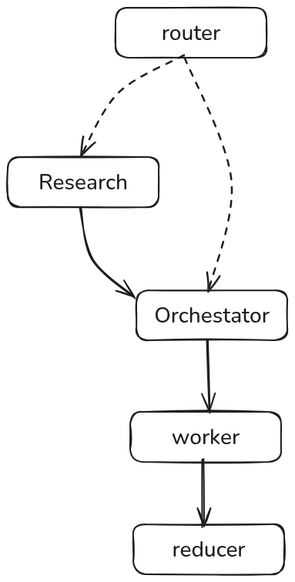
Before: 23-e2e-multi-agent-plan-research-write-blog/agent_architecture.excalidraw.png, a diagram exported from Excalidraw (AIXerum/End-to-End-Agentic-AI-Automation-Lab). Source tidied: one line per element, renumbered; positions are measured from the earlier drawing's top-left corner, leaving out a move shared by most shapes. Its diagram source:
```json
{"id": 0, "type": "rectangle", "strokeColor": "#1e1e1e", "strokeWidth": 2, "roughness": 1, "round": true, "x": 140, "y": 0, "width": 196, "height": 65}
{"id": 1, "type": "text", "text": "router", "strokeColor": "#1e1e1e", "strokeWidth": 2, "roughness": 1, "fontSize": 28, "fontFamily": 6, "textAlign": "center", "verticalAlign": "middle", "inside": 0, "x": 200, "y": 14, "width": 77, "height": 38}
{"id": 2, "type": "rectangle", "strokeColor": "#1e1e1e", "strokeWidth": 2, "roughness": 1, "round": true, "x": 0, "y": 194, "width": 196, "height": 65}
{"id": 3, "type": "text", "text": "Research", "strokeColor": "#1e1e1e", "strokeWidth": 2, "roughness": 1, "fontSize": 28, "fontFamily": 6, "textAlign": "center", "verticalAlign": "middle", "inside": 2, "x": 40, "y": 208, "width": 116, "height": 38}
{"id": 4, "type": "rectangle", "strokeColor": "#1e1e1e", "strokeWidth": 2, "roughness": 1, "round": true, "x": 167, "y": 367, "width": 196, "height": 65}
{"id": 5, "type": "text", "text": "Orchestator", "strokeColor": "#1e1e1e", "strokeWidth": 2, "roughness": 1, "fontSize": 28, "fontFamily": 6, "textAlign": "center", "verticalAlign": "middle", "inside": 4, "x": 190, "y": 381, "width": 150, "height": 38}
{"id": 6, "type": "rectangle", "strokeColor": "#1e1e1e", "strokeWidth": 2, "roughness": 1, "round": true, "x": 159, "y": 525, "width": 196, "height": 65}
{"id": 7, "type": "text", "text": "worker", "strokeColor": "#1e1e1e", "strokeWidth": 2, "roughness": 1, "fontSize": 28, "fontFamily": 6, "textAlign": "center", "verticalAlign": "middle", "inside": 6, "x": 213, "y": 539, "width": 88, "height": 38}
{"id": 8, "type": "rectangle", "strokeColor": "#1e1e1e", "strokeWidth": 2, "roughness": 1, "round": true, "x": 163, "y": 671, "width": 196, "height": 65}
{"id": 9, "type": "text", "text": "reducer", "strokeColor": "#1e1e1e", "strokeWidth": 2, "roughness": 1, "fontSize": 28, "fontFamily": 6, "textAlign": "center", "verticalAlign": "middle", "inside": 8, "x": 213, "y": 685, "width": 95, "height": 38}
{"id": 10, "type": "arrow", "strokeColor": "#1e1e1e", "strokeWidth": 2, "strokeStyle": "dashed", "roughness": 1, "endArrowhead": "arrow", "round": true, "from": 0, "to": 2, "x": 229, "y": 62, "width": 134, "height": 131, "points": [[0, 0], [-85, 49], [-134, 131]]}
{"id": 11, "type": "arrow", "strokeColor": "#1e1e1e", "strokeWidth": 2, "strokeStyle": "dashed", "roughness": 1, "endArrowhead": "arrow", "round": true, "from": 0, "to": 4, "x": 229, "y": 65, "width": 61, "height": 303, "points": [[0, 0], [61, 158], [32, 303]]}
{"id": 12, "type": "arrow", "strokeColor": "#1e1e1e", "strokeWidth": 2, "roughness": 1, "endArrowhead": "arrow", "round": true, "from": 2, "to": 4, "x": 95, "y": 259, "width": 71, "height": 118, "points": [[0, 0], [15, 69], [71, 118]]}
{"id": 13, "type": "arrow", "strokeColor": "#1e1e1e", "strokeWidth": 2, "roughness": 1, "endArrowhead": "arrow", "round": true, "from": 4, "to": 6, "x": 260, "y": 433, "width": 2, "height": 93, "points": [[0, 0], [2, 93]]}
{"id": 14, "type": "arrow", "strokeColor": "#1e1e1e", "strokeWidth": 2, "roughness": 1, "endArrowhead": "arrow", "round": true, "from": 6, "to": 8, "x": 253, "y": 587, "width": 0, "height": 87, "points": [[0, 0], [0, 87]]}
```
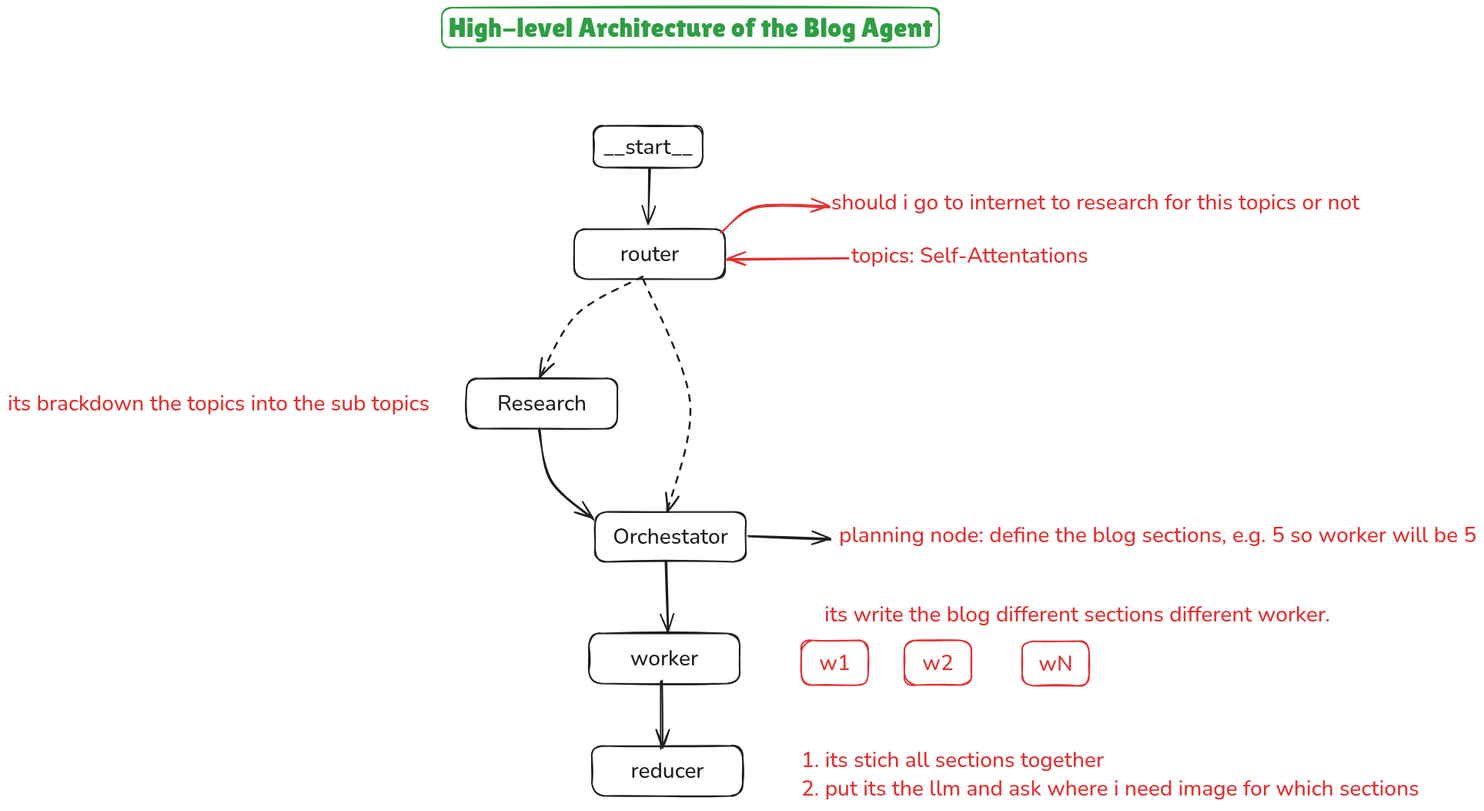
Above is the later version.

Commit message:
architecture short descriptions define

The edit, as a diff of the source:
```diff
@@ -9,7 +9,27 @@
 {"id": 8, "type": "rectangle", "strokeColor": "#1e1e1e", "strokeWidth": 2, "roughness": 1, "round": true, "x": 163, "y": 671, "width": 196, "height": 65}
 {"id": 9, "type": "text", "text": "reducer", "strokeColor": "#1e1e1e", "strokeWidth": 2, "roughness": 1, "fontSize": 28, "fontFamily": 6, "textAlign": "center", "verticalAlign": "middle", "inside": 8, "x": 213, "y": 685, "width": 95, "height": 38}
 {"id": 10, "type": "arrow", "strokeColor": "#1e1e1e", "strokeWidth": 2, "strokeStyle": "dashed", "roughness": 1, "endArrowhead": "arrow", "round": true, "from": 0, "to": 2, "x": 229, "y": 62, "width": 134, "height": 131, "points": [[0, 0], [-85, 49], [-134, 131]]}
-{"id": 11, "type": "arrow", "strokeColor": "#1e1e1e", "strokeWidth": 2, "strokeStyle": "dashed", "roughness": 1, "endArrowhead": "arrow", "round": true, "from": 0, "to": 4, "x": 229, "y": 65, "width": 61, "height": 303, "points": [[0, 0], [61, 158], [32, 303]]}
+{"id": 11, "type": "arrow", "strokeColor": "#1e1e1e", "strokeWidth": 2, "strokeStyle": "dashed", "roughness": 1, "endArrowhead": "arrow", "round": true, "from": 0, "to": 4, "x": 229, "y": 65, "width": 61, "height": 301, "points": [[0, 0], [61, 158], [32, 301]]}
 {"id": 12, "type": "arrow", "strokeColor": "#1e1e1e", "strokeWidth": 2, "roughness": 1, "endArrowhead": "arrow", "round": true, "from": 2, "to": 4, "x": 95, "y": 259, "width": 71, "height": 118, "points": [[0, 0], [15, 69], [71, 118]]}
-{"id": 13, "type": "arrow", "strokeColor": "#1e1e1e", "strokeWidth": 2, "roughness": 1, "endArrowhead": "arrow", "round": true, "from": 4, "to": 6, "x": 260, "y": 433, "width": 2, "height": 93, "points": [[0, 0], [2, 93]]}
+{"id": 13, "type": "arrow", "strokeColor": "#1e1e1e", "strokeWidth": 2, "roughness": 1, "endArrowhead": "arrow", "round": true, "from": 4, "to": 6, "x": 260, "y": 432, "width": 2, "height": 92, "points": [[0, 0], [2, 92]]}
 {"id": 14, "type": "arrow", "strokeColor": "#1e1e1e", "strokeWidth": 2, "roughness": 1, "endArrowhead": "arrow", "round": true, "from": 6, "to": 8, "x": 253, "y": 587, "width": 0, "height": 87, "points": [[0, 0], [0, 87]]}
+{"id": 15, "type": "rectangle", "strokeColor": "#1e1e1e", "strokeWidth": 2, "roughness": 1, "round": true, "x": 165, "y": -134, "width": 142, "height": 54}
+{"id": 16, "type": "text", "text": "__start__", "strokeColor": "#1e1e1e", "strokeWidth": 2, "strokeStyle": "dashed", "roughness": 1, "fontSize": 28, "fontFamily": 6, "textAlign": "center", "verticalAlign": "middle", "inside": 15, "x": 178, "y": -126, "width": 116, "height": 38}
+{"id": 17, "type": "arrow", "strokeColor": "#1e1e1e", "strokeWidth": 2, "roughness": 1, "endArrowhead": "arrow", "round": true, "from": 15, "to": 0, "x": 238, "y": -78, "width": 2, "height": 70, "points": [[0, 0], [-2, 70]]}
+{"id": 18, "type": "text", "text": "topics: Self-Attentations", "strokeColor": "#e03131", "strokeWidth": 2, "roughness": 1, "fontSize": 28, "fontFamily": 6, "x": 500, "y": 15, "width": 308, "height": 38}
+{"id": 19, "type": "arrow", "strokeColor": "#e03131", "strokeWidth": 2, "roughness": 1, "endArrowhead": "arrow", "round": true, "from": 18, "to": 0, "x": 496, "y": 38, "width": 158, "height": 3, "points": [[0, 0], [-158, 3]]}
+{"id": 20, "type": "text", "text": "should i go to internet to research for this topics or not", "strokeColor": "#e03131", "strokeWidth": 2, "roughness": 1, "fontSize": 28, "fontFamily": 6, "x": 474, "y": -54, "width": 686, "height": 38}
+{"id": 21, "type": "arrow", "strokeColor": "#e03131", "strokeWidth": 2, "roughness": 1, "endArrowhead": "arrow", "round": true, "from": 0, "to": 20, "x": 331, "y": 4, "width": 142, "height": 33, "points": [[0, 0], [46, -32], [142, -33]]}
+{"id": 22, "type": "text", "text": "its brackdown the topics into the sub topics", "strokeColor": "#e03131", "strokeWidth": 2, "roughness": 1, "fontSize": 28, "fontFamily": 6, "x": -596, "y": 207, "width": 548, "height": 38}
+{"id": 23, "type": "text", "text": "planning node: define the blog sections, e.g. 5 so worker will be 5", "strokeColor": "#e03131", "strokeWidth": 2, "roughness": 1, "fontSize": 28, "fontFamily": 6, "x": 484, "y": 378, "width": 828, "height": 38}
+{"id": 24, "type": "arrow", "strokeColor": "#1e1e1e", "strokeWidth": 2, "roughness": 1, "endArrowhead": "arrow", "round": true, "from": 4, "to": 23, "x": 366, "y": 400, "width": 107, "height": 3, "points": [[0, 0], [107, 3]]}
+{"id": 25, "type": "rectangle", "strokeColor": "#e03131", "strokeWidth": 2, "roughness": 1, "round": true, "x": 435, "y": 534, "width": 87, "height": 58}
+{"id": 26, "type": "text", "text": "w1", "strokeColor": "#e03131", "strokeWidth": 2, "roughness": 1, "fontSize": 28, "fontFamily": 6, "textAlign": "center", "verticalAlign": "middle", "inside": 25, "x": 458, "y": 544, "width": 40, "height": 38}
+{"id": 27, "type": "rectangle", "strokeColor": "#e03131", "strokeWidth": 2, "roughness": 1, "round": true, "x": 569, "y": 534, "width": 87, "height": 58}
+{"id": 28, "type": "text", "text": "w2", "strokeColor": "#e03131", "strokeWidth": 2, "roughness": 1, "fontSize": 28, "fontFamily": 6, "textAlign": "center", "verticalAlign": "middle", "inside": 27, "x": 592, "y": 544, "width": 40, "height": 38}
+{"id": 29, "type": "rectangle", "strokeColor": "#e03131", "strokeWidth": 2, "roughness": 1, "round": true, "x": 722, "y": 535, "width": 87, "height": 58}
+{"id": 30, "type": "text", "text": "wN", "strokeColor": "#e03131", "strokeWidth": 2, "roughness": 1, "fontSize": 28, "fontFamily": 6, "textAlign": "center", "verticalAlign": "middle", "inside": 29, "x": 743, "y": 545, "width": 44, "height": 38}
+{"id": 31, "type": "text", "text": "its write the blog different sections different worker.", "strokeColor": "#e03131", "strokeWidth": 2, "roughness": 1, "fontSize": 28, "fontFamily": 6, "x": 465, "y": 481, "width": 657, "height": 38}
+{"id": 32, "type": "text", "text": "1. its stich all sections together\n2. put its the llm and ask where i need image for which sections", "strokeColor": "#e03131", "strokeWidth": 2, "roughness": 1, "fontSize": 28, "fontFamily": 6, "x": 435, "y": 670, "width": 803, "height": 76}
+{"id": 33, "type": "rectangle", "strokeColor": "#2f9e44", "strokeWidth": 2, "roughness": 1, "round": true, "x": -32, "y": -287, "width": 646, "height": 51}
+{"id": 34, "type": "text", "text": "High-level Architecture of the Blog Agent", "strokeColor": "#2f9e44", "strokeWidth": 2, "roughness": 1, "fontSize": 36, "fontFamily": 7, "textAlign": "center", "verticalAlign": "middle", "inside": 33, "x": -23, "y": -282, "width": 629, "height": 41}
```
